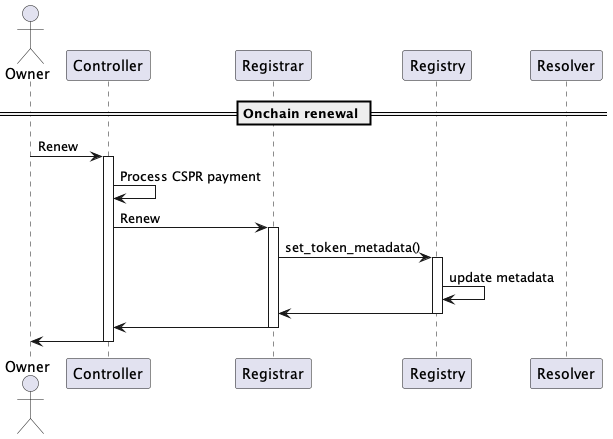
Before: docs/sequence-diagrams/puml/onchain-renewal.png, a diagram exported from PlantUML (make-software/cspr-name-contracts).
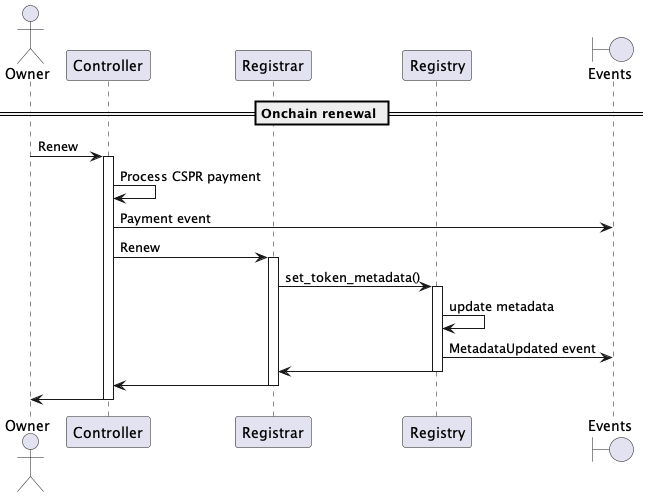
Above is the later version.

What changed in the source:
```diff
@@ -4,18 +4,20 @@
 participant "Controller"
 participant "Registrar"
 participant "Registry"
-participant "Resolver"
+boundary "Events"
 
 == Onchain renewal ==
 
 Owner -> Controller: Renew
 activate Controller
 Controller -> Controller: Process CSPR payment
+Controller -> "Events": Payment event
 Controller -> Registrar: Renew
 activate Registrar
 Registrar -> Registry: set_token_metadata()
 activate Registry
 Registry -> Registry: update metadata
+Registry -> "Events": MetadataUpdated event
 Registry -> Registrar
 deactivate Registry
 Registrar -> Controller
```
